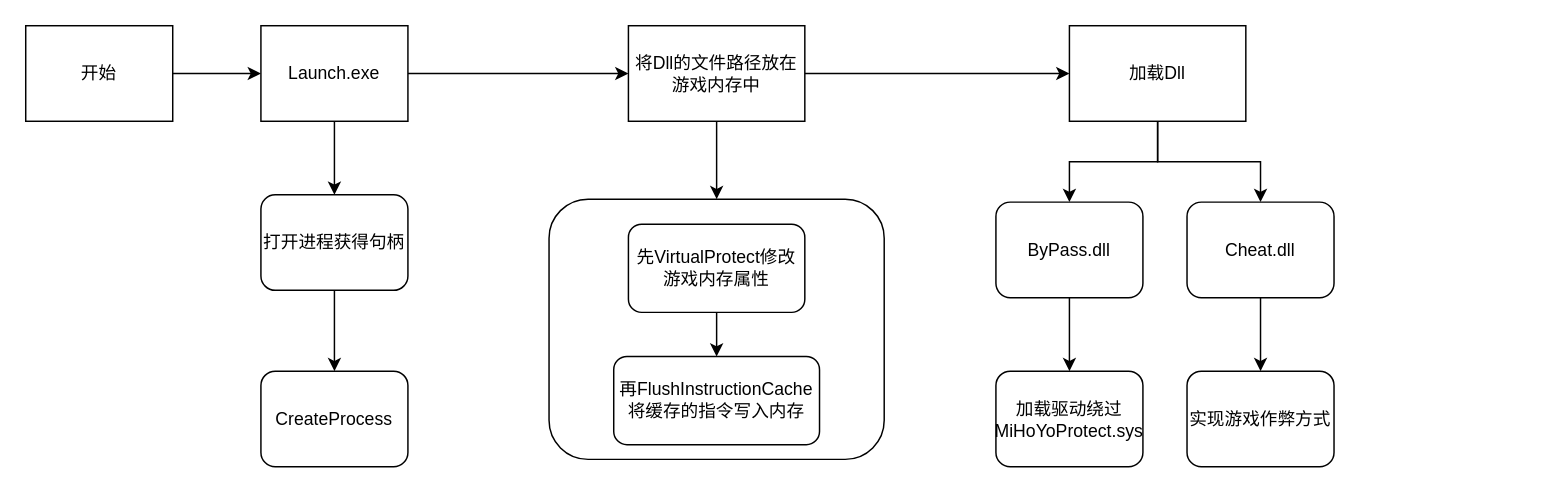
Earlier version of the draw.io diagram Dll.drawio (Moose1273/-). Source tidied: cells renumbered, new cells numbered last; positions are measured from the earlier drawing's top-left corner, leaving out a move shared by most shapes. Both pictures are drawn from the tidied source at 147%, with x=0, y=0 at pixel (25, 25).
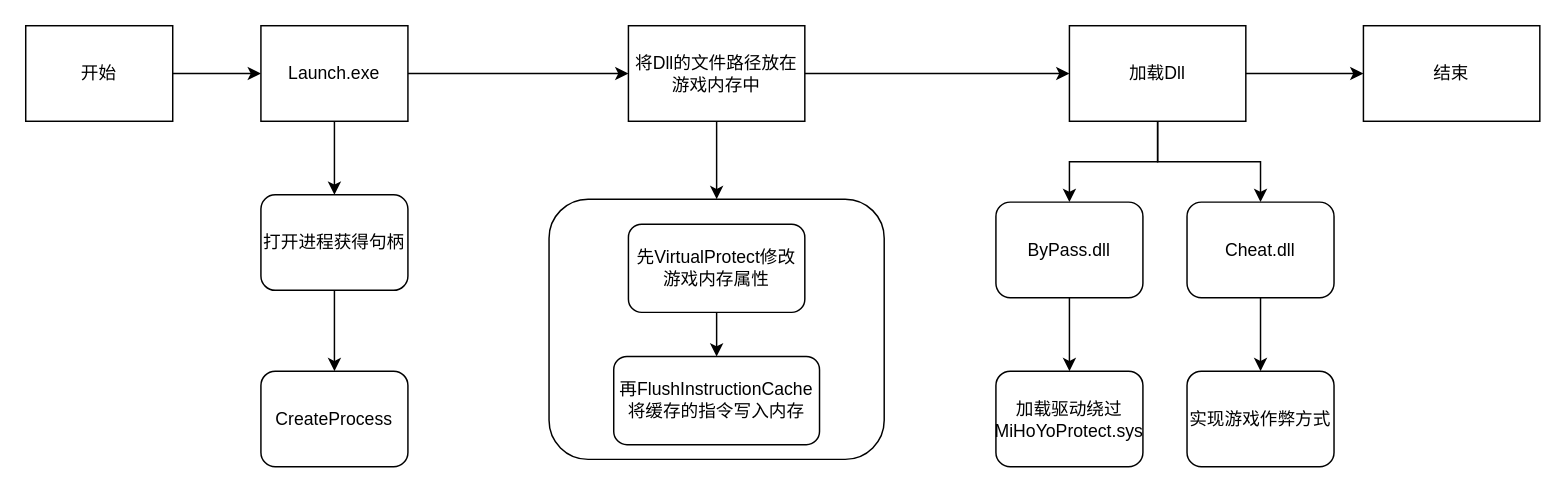
The same diagram, later.

The change refers to these unchanged cells:
```xml
<mxCell id="25" value="加载Dll" style="rounded=0;whiteSpace=wrap;html=1;" parent="1" vertex="1">
  <mxGeometry x="710" width="120" height="65" as="geometry" />
</mxCell>
```

The edit, as a diff of the source:
```diff
@@
+    <mxCell id="26" style="edgeStyle=orthogonalEdgeStyle;rounded=0;jettySize=auto;html=1;" parent="1" edge="1" source="25" target="27">
+      <mxGeometry relative="1" as="geometry" />
+    </mxCell>
@@
+    <mxCell id="27" value="结束" style="rounded=0;whiteSpace=wrap;html=1;" parent="1" vertex="1">
+      <mxGeometry x="910" width="120" height="65" as="geometry" />
+    </mxCell>
```
